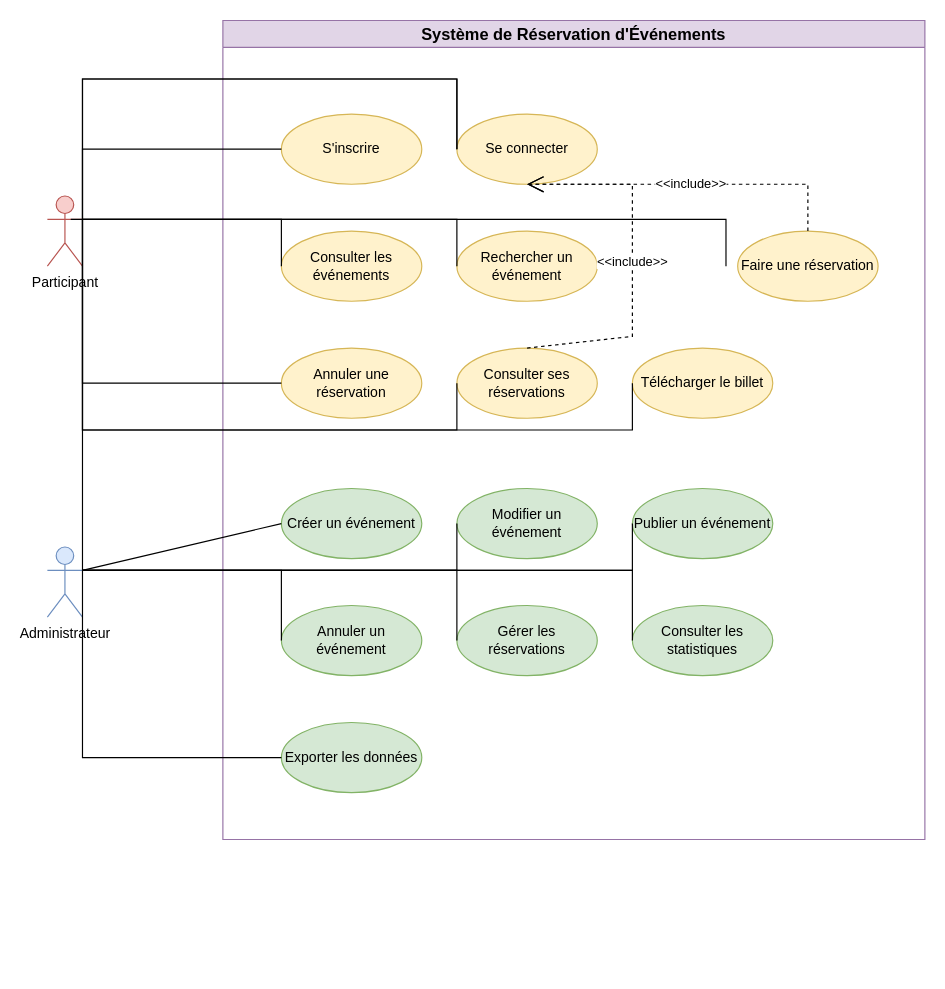
Ghandour390/r-servation keeps this draw.io diagram as conseption/use-case-diagram.drawio. Above is the earlier version. Source tidied: cells renumbered, new cells numbered last; positions are measured from the earlier drawing's top-left corner, leaving out a move shared by most shapes. Both pictures are drawn from the tidied source at 117%, with x=0, y=0 at pixel (47, 20).
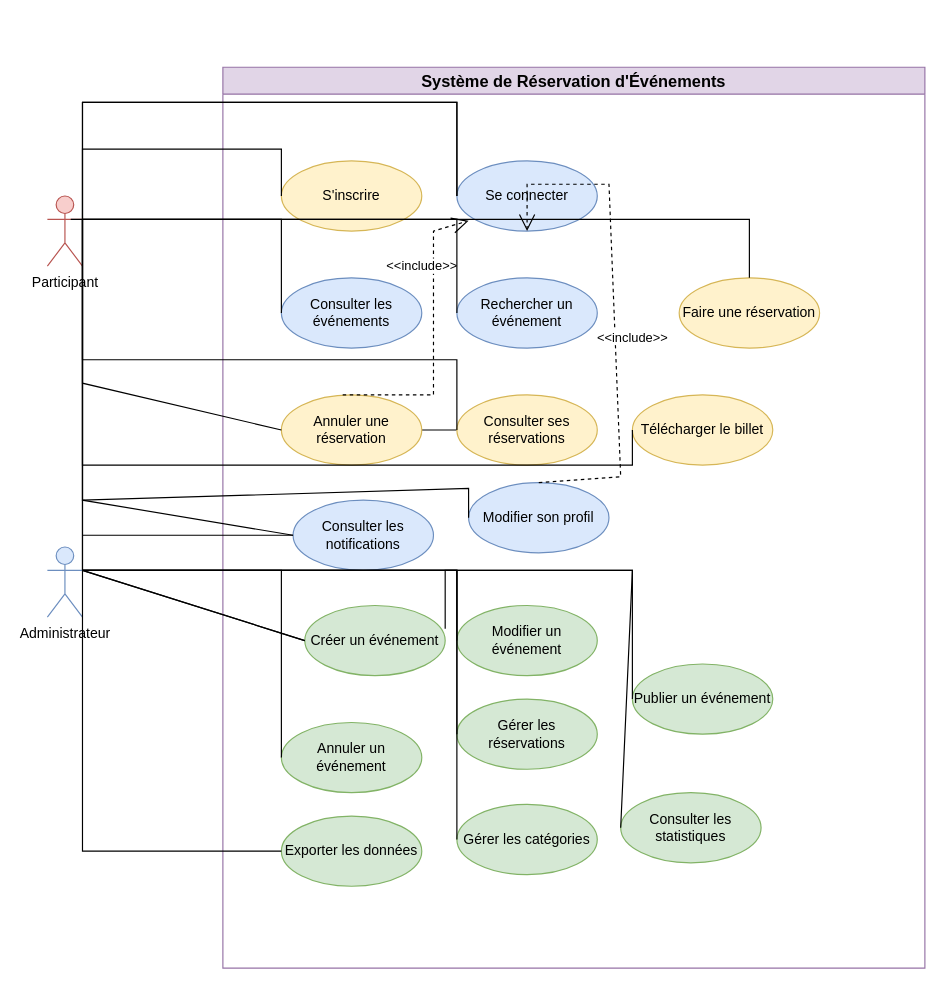
The same page after the edit.

Unchanged cells that the change refers to:
```xml
<mxCell id="3" value="S'inscrire" style="ellipse;whiteSpace=wrap;html=1;fillColor=#fff2cc;strokeColor=#d6b656;" parent="2" vertex="1">
  <mxGeometry x="50" y="80" width="120" height="60" as="geometry" />
</mxCell>
<mxCell id="8" value="Annuler une réservation" style="ellipse;whiteSpace=wrap;html=1;fillColor=#fff2cc;strokeColor=#d6b656;" parent="2" vertex="1">
  <mxGeometry x="50" y="280" width="120" height="60" as="geometry" />
</mxCell>
<mxCell id="9" value="Consulter ses réservations" style="ellipse;whiteSpace=wrap;html=1;fillColor=#fff2cc;strokeColor=#d6b656;" parent="2" vertex="1">
  <mxGeometry x="200" y="280" width="120" height="60" as="geometry" />
</mxCell>
<mxCell id="10" value="Télécharger le billet" style="ellipse;whiteSpace=wrap;html=1;fillColor=#fff2cc;strokeColor=#d6b656;" parent="2" vertex="1">
  <mxGeometry x="350" y="280" width="120" height="60" as="geometry" />
</mxCell>
<mxCell id="18" value="Participant" style="shape=umlActor;verticalLabelPosition=bottom;verticalAlign=top;html=1;outlineConnect=0;fillColor=#f8cecc;strokeColor=#b85450;" parent="1" vertex="1">
  <mxGeometry y="150" width="30" height="60" as="geometry" />
</mxCell>
<mxCell id="19" value="Administrateur" style="shape=umlActor;verticalLabelPosition=bottom;verticalAlign=top;html=1;outlineConnect=0;fillColor=#dae8fc;strokeColor=#6c8ebf;" parent="1" vertex="1">
  <mxGeometry y="450" width="30" height="60" as="geometry" />
</mxCell>
```

What changed in the source:
```diff
@@
     <mxCell id="2" value="Système de Réservation d'Événements" style="swimlane;whiteSpace=wrap;html=1;fillColor=#e1d5e7;strokeColor=#9673a6;fontStyle=1;fontSize=14;" parent="1" vertex="1">
-      <mxGeometry x="150" width="600" height="700" as="geometry" />
+      <mxGeometry x="150" y="40" width="600" height="770" as="geometry" />
     </mxCell>
@@
-    <mxCell id="4" value="Se connecter" style="ellipse;whiteSpace=wrap;html=1;fillColor=#fff2cc;strokeColor=#d6b656;" parent="2" vertex="1">
+    <mxCell id="4" value="Se connecter" style="ellipse;whiteSpace=wrap;html=1;fillColor=#dae8fc;strokeColor=#6c8ebf;" parent="2" vertex="1">
       <mxGeometry x="200" y="80" width="120" height="60" as="geometry" />
     </mxCell>
-    <mxCell id="5" value="Consulter les événements" style="ellipse;whiteSpace=wrap;html=1;fillColor=#fff2cc;strokeColor=#d6b656;" parent="2" vertex="1">
+    <mxCell id="5" value="Consulter les événements" style="ellipse;whiteSpace=wrap;html=1;fillColor=#dae8fc;strokeColor=#6c8ebf;" parent="2" vertex="1">
       <mxGeometry x="50" y="180" width="120" height="60" as="geometry" />
     </mxCell>
-    <mxCell id="6" value="Rechercher un événement" style="ellipse;whiteSpace=wrap;html=1;fillColor=#fff2cc;strokeColor=#d6b656;" parent="2" vertex="1">
+    <mxCell id="6" value="Rechercher un événement" style="ellipse;whiteSpace=wrap;html=1;fillColor=#dae8fc;strokeColor=#6c8ebf;" parent="2" vertex="1">
       <mxGeometry x="200" y="180" width="120" height="60" as="geometry" />
     </mxCell>
     <mxCell id="7" value="Faire une réservation" style="ellipse;whiteSpace=wrap;html=1;fillColor=#fff2cc;strokeColor=#d6b656;" parent="2" vertex="1">
-      <mxGeometry x="440" y="180" width="120" height="60" as="geometry" />
+      <mxGeometry x="390" y="180" width="120" height="60" as="geometry" />
     </mxCell>
+    <mxCell id="38" style="edgeStyle=none;html=1;endArrow=none;endFill=0;" parent="2" edge="1" source="8" target="9">
+      <mxGeometry relative="1" as="geometry" />
+    </mxCell>
@@
-    <mxCell id="11" value="Créer un événement" style="ellipse;whiteSpace=wrap;html=1;fillColor=#d5e8d4;strokeColor=#82b366;" parent="2" vertex="1">
-      <mxGeometry x="50" y="400" width="120" height="60" as="geometry" />
-    </mxCell>
     <mxCell id="12" value="Modifier un événement" style="ellipse;whiteSpace=wrap;html=1;fillColor=#d5e8d4;strokeColor=#82b366;" parent="2" vertex="1">
-      <mxGeometry x="200" y="400" width="120" height="60" as="geometry" />
+      <mxGeometry x="200" y="460" width="120" height="60" as="geometry" />
     </mxCell>
     <mxCell id="13" value="Publier un événement" style="ellipse;whiteSpace=wrap;html=1;fillColor=#d5e8d4;strokeColor=#82b366;" parent="2" vertex="1">
-      <mxGeometry x="350" y="400" width="120" height="60" as="geometry" />
+      <mxGeometry x="350" y="510" width="120" height="60" as="geometry" />
     </mxCell>
     <mxCell id="14" value="Annuler un événement" style="ellipse;whiteSpace=wrap;html=1;fillColor=#d5e8d4;strokeColor=#82b366;" parent="2" vertex="1">
-      <mxGeometry x="50" y="500" width="120" height="60" as="geometry" />
+      <mxGeometry x="50" y="560" width="120" height="60" as="geometry" />
     </mxCell>
     <mxCell id="15" value="Gérer les réservations" style="ellipse;whiteSpace=wrap;html=1;fillColor=#d5e8d4;strokeColor=#82b366;" parent="2" vertex="1">
-      <mxGeometry x="200" y="500" width="120" height="60" as="geometry" />
+      <mxGeometry x="200" y="540" width="120" height="60" as="geometry" />
     </mxCell>
     <mxCell id="16" value="Consulter les statistiques" style="ellipse;whiteSpace=wrap;html=1;fillColor=#d5e8d4;strokeColor=#82b366;" parent="2" vertex="1">
-      <mxGeometry x="350" y="500" width="120" height="60" as="geometry" />
+      <mxGeometry x="340" y="620" width="120" height="60" as="geometry" />
     </mxCell>
     <mxCell id="17" value="Exporter les données" style="ellipse;whiteSpace=wrap;html=1;fillColor=#d5e8d4;strokeColor=#82b366;" parent="2" vertex="1">
-      <mxGeometry x="50" y="600" width="120" height="60" as="geometry" />
+      <mxGeometry x="50" y="640" width="120" height="60" as="geometry" />
     </mxCell>
+    <mxCell id="39" value="Gérer les catégories" style="ellipse;whiteSpace=wrap;html=1;fillColor=#d5e8d4;strokeColor=#82b366;" parent="2" vertex="1">
+      <mxGeometry x="200" y="630" width="120" height="60" as="geometry" />
+    </mxCell>
+    <mxCell id="40" value="Consulter les notifications" style="ellipse;whiteSpace=wrap;html=1;fillColor=#dae8fc;strokeColor=#6c8ebf;" parent="2" vertex="1">
+      <mxGeometry x="60" y="370" width="120" height="60" as="geometry" />
+    </mxCell>
+    <mxCell id="41" value="Modifier son profil" style="ellipse;whiteSpace=wrap;html=1;fillColor=#dae8fc;strokeColor=#6c8ebf;" parent="2" vertex="1">
+      <mxGeometry x="210" y="355" width="120" height="60" as="geometry" />
+    </mxCell>
+    <mxCell id="11" value="Créer un événement" style="ellipse;whiteSpace=wrap;html=1;fillColor=#d5e8d4;strokeColor=#82b366;" parent="2" vertex="1">
+      <mxGeometry x="70" y="460" width="120" height="60" as="geometry" />
+    </mxCell>
+    <mxCell id="42" style="endArrow=none;html=1;rounded=0;exitX=1;exitY=0.3333333333333333;exitDx=0;exitDy=0;exitPerimeter=0;entryX=0;entryY=0.5;entryDx=0;entryDy=0;" parent="2" edge="1" source="11" target="39">
+      <mxGeometry relative="1" as="geometry">
+        <Array as="points">
+          <mxPoint x="190" y="430" />
+          <mxPoint x="200" y="430" />
+        </Array>
+      </mxGeometry>
+    </mxCell>
+    <mxCell id="43" value="&amp;lt;&amp;lt;include&amp;gt;&amp;gt;" style="endArrow=open;endSize=12;dashed=1;html=1;rounded=0;exitX=0.5;exitY=0;exitDx=0;exitDy=0;entryX=0;entryY=1;entryDx=0;entryDy=0;" parent="2" edge="1">
+      <mxGeometry x="0.51" y="10" relative="1" as="geometry">
+        <mxPoint x="102.4" y="280" as="sourcePoint" />
+        <mxPoint x="210" y="131.2" as="targetPoint" />
+        <Array as="points">
+          <mxPoint x="180" y="280" />
+          <mxPoint x="180" y="170" />
+          <mxPoint x="180" y="140" />
+        </Array>
+      </mxGeometry>
+    </mxCell>
@@
     <mxCell id="20" style="endArrow=none;html=1;rounded=0;exitX=1;exitY=0.3333333333333333;exitDx=0;exitDy=0;exitPerimeter=0;entryX=0;entryY=0.5;entryDx=0;entryDy=0;" parent="1" edge="1" source="18" target="3">
       <mxGeometry relative="1" as="geometry">
         <Array as="points">
           <mxPoint x="30" y="110" />
+          <mxPoint x="200" y="110" />
         </Array>
       </mxGeometry>
     </mxCell>
     <mxCell id="21" style="endArrow=none;html=1;rounded=0;exitX=1;exitY=0.3333333333333333;exitDx=0;exitDy=0;exitPerimeter=0;entryX=0;entryY=0.5;entryDx=0;entryDy=0;" parent="1" edge="1" source="18" target="4">
       <mxGeometry relative="1" as="geometry">
         <Array as="points">
-          <mxPoint x="30" y="50" />
-          <mxPoint x="350" y="50" />
+          <mxPoint x="30" y="70" />
+          <mxPoint x="350" y="70" />
         </Array>
       </mxGeometry>
     </mxCell>
@@
-    <mxCell id="24" style="endArrow=none;html=1;rounded=0;exitX=1;exitY=0.3333333333333333;exitDx=0;exitDy=0;exitPerimeter=0;entryX=0;entryY=0.5;entryDx=0;entryDy=0;" parent="1" edge="1">
+    <mxCell id="24" style="endArrow=none;html=1;rounded=0;exitX=1;exitY=0.3333333333333333;exitDx=0;exitDy=0;exitPerimeter=0;" parent="1" edge="1" target="7">
       <mxGeometry relative="1" as="geometry">
         <mxPoint x="20" y="170" as="sourcePoint" />
-        <mxPoint x="580" y="210" as="targetPoint" />
         <Array as="points">
           <mxPoint x="490" y="170" />
-          <mxPoint x="580" y="170" />
+          <mxPoint x="600" y="170" />
         </Array>
       </mxGeometry>
     </mxCell>
@@
-    <mxCell id="26" style="endArrow=none;html=1;rounded=0;exitX=1;exitY=0.3333333333333333;exitDx=0;exitDy=0;exitPerimeter=0;entryX=0;entryY=0.5;entryDx=0;entryDy=0;" parent="1" edge="1" source="18" target="9">
+    <mxCell id="26" style="endArrow=none;html=1;rounded=0;exitX=1;exitY=0.3333333333333333;exitDx=0;exitDy=0;exitPerimeter=0;entryX=0;entryY=0.5;entryDx=0;entryDy=0;startArrow=none;startFill=0;" parent="1" edge="1" source="18" target="9">
       <mxGeometry relative="1" as="geometry">
         <Array as="points">
-          <mxPoint x="30" y="350" />
+          <mxPoint x="30" y="290" />
+          <mxPoint x="350" y="290" />
           <mxPoint x="350" y="350" />
         </Array>
       </mxGeometry>
     </mxCell>
     <mxCell id="27" style="endArrow=none;html=1;rounded=0;exitX=1;exitY=0.3333333333333333;exitDx=0;exitDy=0;exitPerimeter=0;entryX=0;entryY=0.5;entryDx=0;entryDy=0;" parent="1" edge="1" source="18" target="10">
       <mxGeometry relative="1" as="geometry">
         <Array as="points">
           <mxPoint x="30" y="350" />
+          <mxPoint x="30" y="380" />
+          <mxPoint x="500" y="380" />
           <mxPoint x="500" y="350" />
         </Array>
       </mxGeometry>
     </mxCell>
     <mxCell id="28" style="endArrow=none;html=1;rounded=0;exitX=1;exitY=0.3333333333333333;exitDx=0;exitDy=0;exitPerimeter=0;entryX=0;entryY=0.5;entryDx=0;entryDy=0;" parent="1" edge="1" source="19" target="4">
       <mxGeometry relative="1" as="geometry">
         <Array as="points">
-          <mxPoint x="30" y="50" />
-          <mxPoint x="320" y="50" />
-          <mxPoint x="350" y="50" />
+          <mxPoint x="30" y="70" />
+          <mxPoint x="350" y="70" />
         </Array>
       </mxGeometry>
     </mxCell>
@@
     <mxCell id="34" style="endArrow=none;html=1;rounded=0;exitX=1;exitY=0.3333333333333333;exitDx=0;exitDy=0;exitPerimeter=0;entryX=0;entryY=0.5;entryDx=0;entryDy=0;" parent="1" edge="1" source="19" target="16">
       <mxGeometry relative="1" as="geometry">
         <Array as="points">
+          <mxPoint x="270" y="470" />
           <mxPoint x="500" y="470" />
         </Array>
       </mxGeometry>
     </mxCell>
     <mxCell id="35" style="endArrow=none;html=1;rounded=0;exitX=1;exitY=0.3333333333333333;exitDx=0;exitDy=0;exitPerimeter=0;entryX=0;entryY=0.5;entryDx=0;entryDy=0;" parent="1" edge="1" source="19" target="17">
       <mxGeometry relative="1" as="geometry">
         <Array as="points">
-          <mxPoint x="30" y="630" />
+          <mxPoint x="30" y="710" />
         </Array>
       </mxGeometry>
     </mxCell>
-    <mxCell id="36" value="&amp;lt;&amp;lt;include&amp;gt;&amp;gt;" style="endArrow=open;endSize=12;dashed=1;html=1;rounded=0;exitX=0.5;exitY=0;exitDx=0;exitDy=0;entryX=0.5;entryY=1;entryDx=0;entryDy=0;" parent="1" edge="1" source="7" target="4">
-      <mxGeometry relative="1" as="geometry">
-        <Array as="points">
-          <mxPoint x="650" y="140" />
-          <mxPoint x="560" y="140" />
-        </Array>
-      </mxGeometry>
-    </mxCell>
-    <mxCell id="37" value="&amp;lt;&amp;lt;include&amp;gt;&amp;gt;" style="endArrow=open;endSize=12;dashed=1;html=1;rounded=0;exitX=0.5;exitY=0;exitDx=0;exitDy=0;entryX=0.5;entryY=1;entryDx=0;entryDy=0;" parent="1" edge="1" source="9" target="4">
-      <mxGeometry relative="1" as="geometry">
-        <Array as="points">
-          <mxPoint x="500" y="270" />
-          <mxPoint x="500" y="140" />
-        </Array>
-      </mxGeometry>
-    </mxCell>
+    <mxCell id="44" style="endArrow=none;html=1;rounded=0;exitX=1;exitY=0.3333333333333333;exitDx=0;exitDy=0;exitPerimeter=0;entryX=0;entryY=0.5;entryDx=0;entryDy=0;" parent="1" edge="1" source="18" target="40">
+      <mxGeometry relative="1" as="geometry">
+        <Array as="points">
+          <mxPoint x="30" y="410" />
+        </Array>
+      </mxGeometry>
+    </mxCell>
+    <mxCell id="45" style="endArrow=none;html=1;rounded=0;exitX=1;exitY=0.3333333333333333;exitDx=0;exitDy=0;exitPerimeter=0;entryX=0;entryY=0.5;entryDx=0;entryDy=0;" parent="1" edge="1" source="18" target="41">
+      <mxGeometry relative="1" as="geometry">
+        <Array as="points">
+          <mxPoint x="30" y="410" />
+          <mxPoint x="360" y="400" />
+        </Array>
+      </mxGeometry>
+    </mxCell>
+    <mxCell id="46" style="endArrow=none;html=1;rounded=0;exitX=1;exitY=0.3333333333333333;exitDx=0;exitDy=0;exitPerimeter=0;entryX=0;entryY=0.5;entryDx=0;entryDy=0;" parent="1" edge="1" source="19" target="40">
+      <mxGeometry relative="1" as="geometry">
+        <Array as="points">
+          <mxPoint x="30" y="410" />
+          <mxPoint x="30" y="440" />
+        </Array>
+      </mxGeometry>
+    </mxCell>
+    <mxCell id="47" value="&amp;lt;&amp;lt;include&amp;gt;&amp;gt;" style="endArrow=open;endSize=12;dashed=1;html=1;rounded=0;exitX=0.5;exitY=0;exitDx=0;exitDy=0;entryX=0.5;entryY=1;entryDx=0;entryDy=0;" parent="1" edge="1" source="41" target="4">
+      <mxGeometry x="-0.12" y="-15" relative="1" as="geometry">
+        <Array as="points">
+          <mxPoint x="490" y="390" />
+          <mxPoint x="480" y="140" />
+          <mxPoint x="410" y="140" />
+        </Array>
+      </mxGeometry>
+    </mxCell>
+    <mxCell id="48" style="endArrow=none;html=1;rounded=0;exitX=1;exitY=0.3333333333333333;exitDx=0;exitDy=0;exitPerimeter=0;entryX=0;entryY=0.5;entryDx=0;entryDy=0;" parent="1" edge="1" source="19" target="11">
+      <mxGeometry relative="1" as="geometry" />
+    </mxCell>
```
